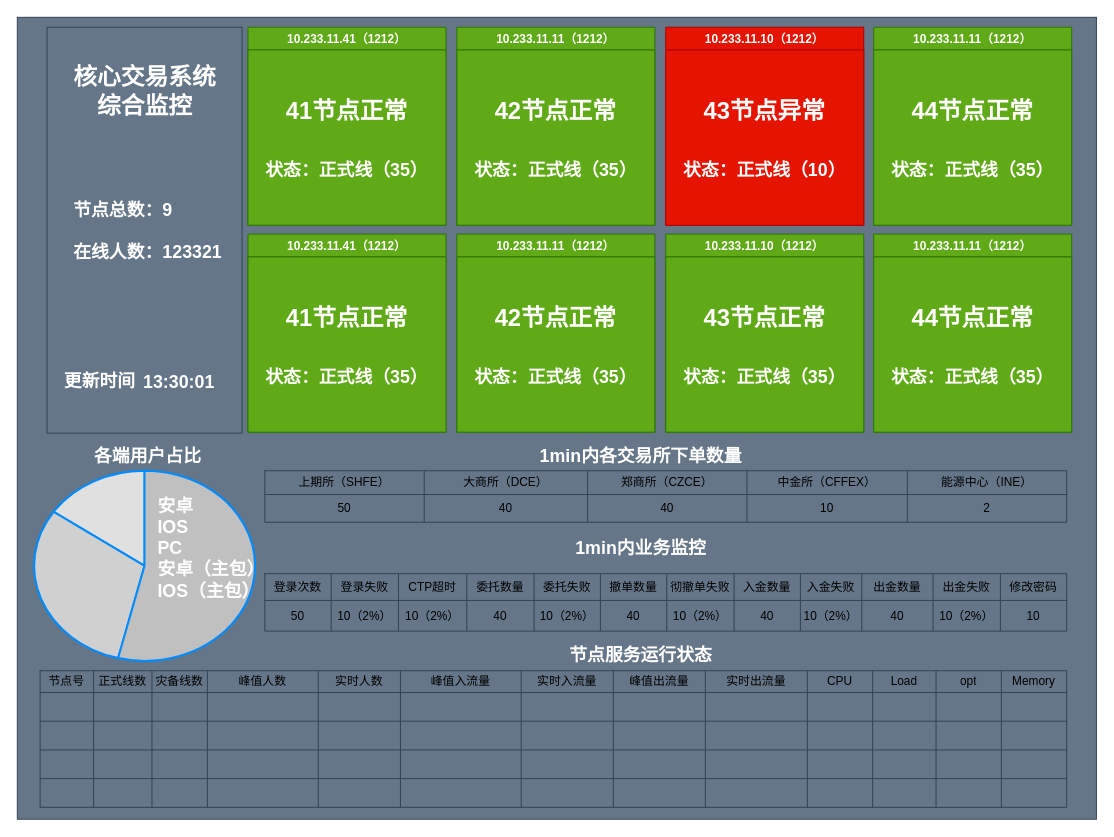
Earlier version of the draw.io diagram page "第 3 页" (3 of 3) of Untitled Diagram.drawio (qinyuLT/Amadeus). Source tidied: cells renumbered, new cells numbered last; positions are measured from the earlier drawing's top-left corner, leaving out a move shared by most shapes. Both pictures are drawn from the tidied source at 99%, with x=0, y=0 at pixel (17, 17).
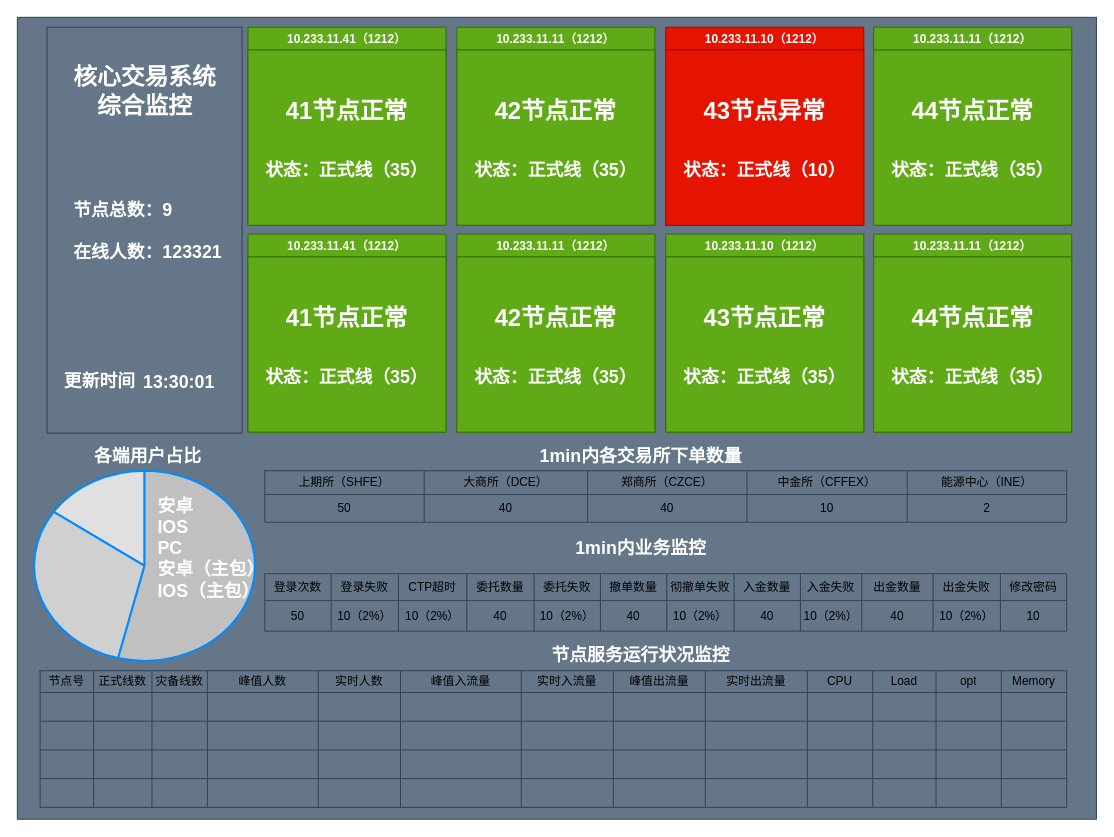
Above is the later version.

The edit, as a diff of the source:
```diff
@@
-    <mxCell id="156" value="&lt;font color=&quot;#ffffff&quot;&gt;&lt;span style=&quot;font-size: 18px&quot;&gt;&lt;b&gt;节点服务运行状态&lt;/b&gt;&lt;/span&gt;&lt;/font&gt;" style="text;html=1;strokeColor=none;fillColor=none;align=center;verticalAlign=middle;whiteSpace=wrap;rounded=0;" parent="1" vertex="1">
+    <mxCell id="156" value="&lt;font color=&quot;#ffffff&quot;&gt;&lt;span style=&quot;font-size: 18px&quot;&gt;&lt;b&gt;节点服务运行状况监控&lt;/b&gt;&lt;/span&gt;&lt;/font&gt;" style="text;html=1;strokeColor=none;fillColor=none;align=center;verticalAlign=middle;whiteSpace=wrap;rounded=0;" parent="1" vertex="1">
       <mxGeometry x="510" y="620" width="240" height="50" as="geometry" />
     </mxCell>
```
